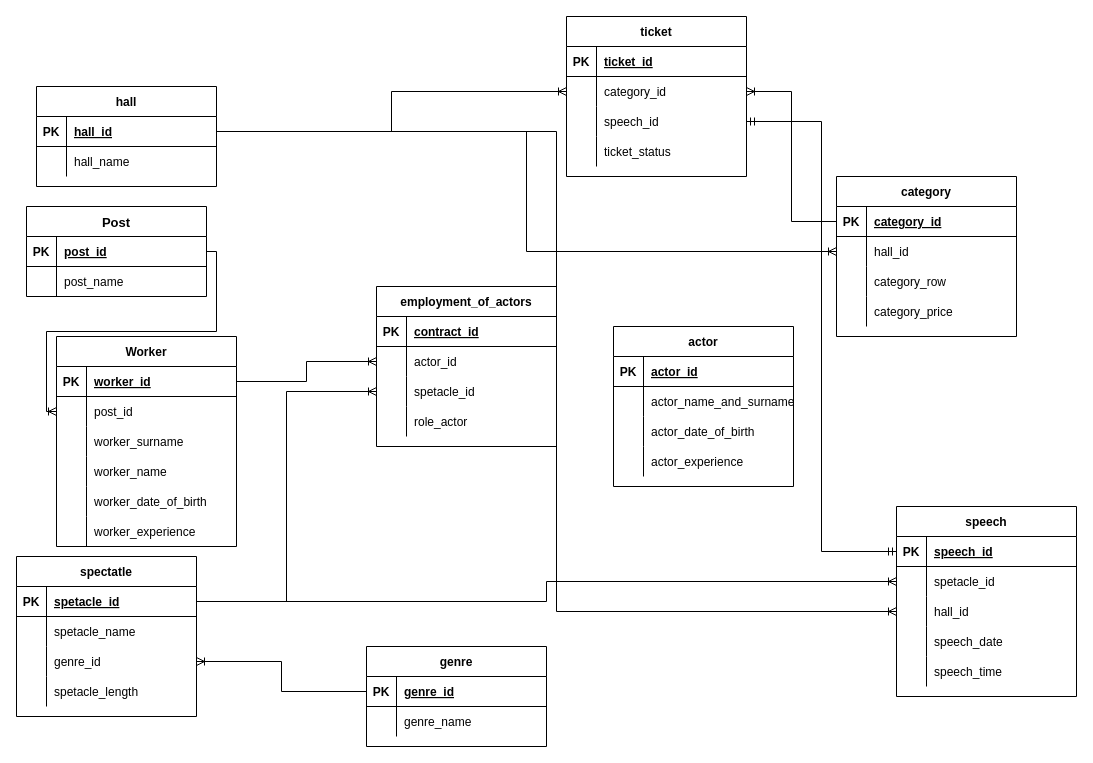
Before: page "Страница 1" (1 of 2) of scheme data base/База данных театра.drawio in MakarovIS/Data-base, a draw.io diagram. Source tidied: cells renumbered, new cells numbered last; positions are measured from the earlier drawing's top-left corner, leaving out a move shared by most shapes. Both pictures are drawn from the tidied source at 100%, with x=0, y=0 at pixel (16, 16).
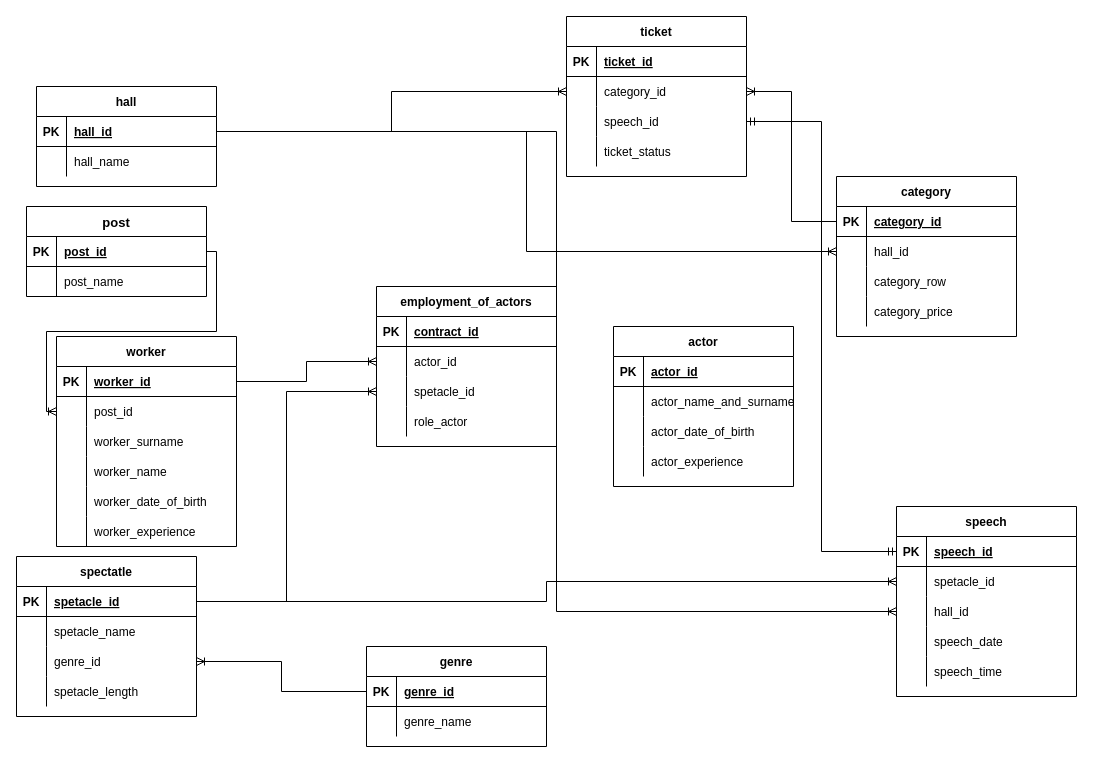
After the change.

What changed in the source:
```diff
@@
-    <mxCell id="105" value="Worker" style="shape=table;startSize=30;childLayout=tableLayout;rowLines=0;fontStyle=1;align=center;" parent="1" vertex="1">
+    <mxCell id="105" value="worker" style="shape=table;startSize=30;childLayout=tableLayout;rowLines=0;fontStyle=1;align=center;" parent="1" vertex="1">
       <mxGeometry x="40" y="320" width="180" height="210" as="geometry" />
     </mxCell>
@@
-    <mxCell id="124" value="Post" style="shape=table;startSize=30;childLayout=tableLayout;rowLines=0;fontStyle=1;align=center;fontSize=13;" parent="1" vertex="1">
+    <mxCell id="124" value="post" style="shape=table;startSize=30;childLayout=tableLayout;rowLines=0;fontStyle=1;align=center;fontSize=13;" parent="1" vertex="1">
       <mxGeometry x="10" y="190" width="180" height="90" as="geometry" />
     </mxCell>
```
